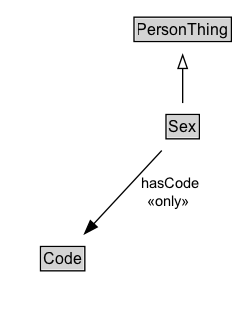
This is docs/diagrams/Sex.dot.png from ISO-TC204/ontology-cdm-p2-v1, a Graphviz export, as it was before one commit. Its source is kept beside it as docs/diagrams/Sex.dot.
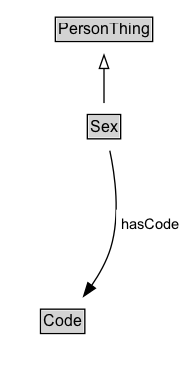
The same diagram one commit later.

The edit, as a diff of the source:
```diff
@@ -3,18 +3,21 @@
 	node [fontname=Arial fontsize=12 margin=0 shape=none]
 	edge [fontname=Arial fontsize=11]
 	{
+		rank=source
+		PersonThing [label=<<TABLE BORDER="1" CELLBORDER="0" CELLSPACING="0" CELLPADDING="1"><TR><TD BGCOLOR="lightgray" ALIGN="CENTER">PersonThing</TD></TR></TABLE>> URL="../PersonThing" margin=0]
+	}
+	Sex [label=<<TABLE BORDER="1" CELLBORDER="0" CELLSPACING="0" CELLPADDING="1"><TR><TD BGCOLOR="lightgray" ALIGN="CENTER">Sex</TD></TR></TABLE>> URL="../Sex" margin=0]
+	{
 		rank=max
-		Sex [label=<<TABLE BORDER="1" CELLBORDER="0" CELLSPACING="0" CELLPADDING="1"><TR><TD BGCOLOR="lightgray" ALIGN="CENTER" PORT="e">Sex</TD></TR></TABLE>> URL="../Sex.md" margin=0]
 	}
 	subgraph cluster_associated {
 		label="" style=invis
 		Invis [label=<<TABLE BORDER="0" CELLBORDER="0" CELLSPACING="0" CELLPADDING="1"><TR><TD></TD></TR></TABLE>> margin=0 style=invis]
-		Code [label=<<TABLE BORDER="1" CELLBORDER="0" CELLSPACING="0" CELLPADDING="1"><TR><TD BGCOLOR="lightgray" ALIGN="CENTER">Code</TD></TR></TABLE>> URL="../Code.md" margin=0]
+		Code [label=<<TABLE BORDER="1" CELLBORDER="0" CELLSPACING="0" CELLPADDING="1"><TR><TD BGCOLOR="lightgray" ALIGN="CENTER">Code</TD></TR></TABLE>> URL="../Code" margin=0]
 	}
-	PersonThing [label=<<TABLE BORDER="1" CELLBORDER="0" CELLSPACING="0" CELLPADDING="1"><TR><TD BGCOLOR="lightgray" ALIGN="CENTER">PersonThing</TD></TR></TABLE>> URL="../PersonThing.md" margin=0]
 	Sex -> PersonThing [arrowhead=onormal style=solid]
 	Sex -> Invis [style=invis]
 	Invis -> Code [style=invis]
-	Sex -> Code [label=" hasCode
- «only»  " arrowhead=normal style=solid]
+	Code [label=<<TABLE BORDER="1" CELLBORDER="0" CELLSPACING="0" CELLPADDING="1"><TR><TD BGCOLOR="lightgray" ALIGN="CENTER">Code</TD></TR></TABLE>> URL="../Code" margin=0]
+	Sex -> Code [label=<<TABLE BORDER="0" CELLBORDER="0" CELLSPACING="0" CELLPADDING="4" BGCOLOR="white"><TR><TD ALIGN="CENTER">hasCode</TD></TR></TABLE>> arrowhead=normal style=solid]
 }
```
